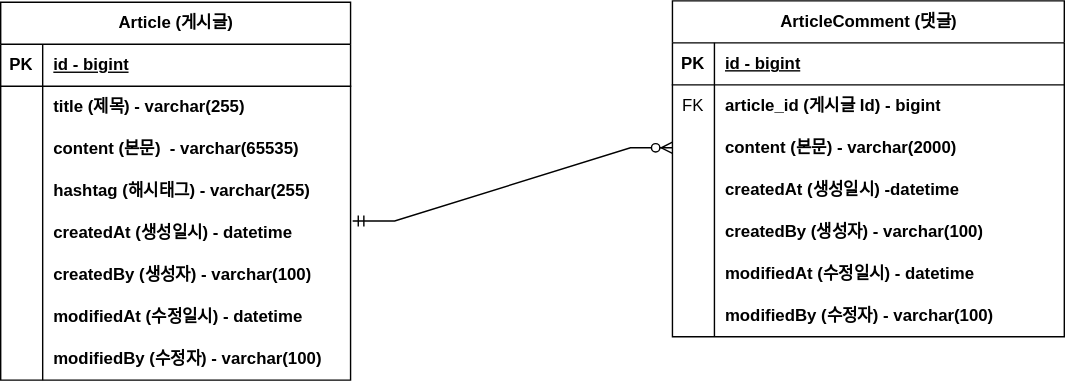
The draw.io diagram document/project-board-erd.svg in skorea6/fc-project-board, before a commit. Source tidied: cells renumbered, new cells last; positions are measured from the earlier drawing's top-left corner, leaving out a move shared by most shapes.
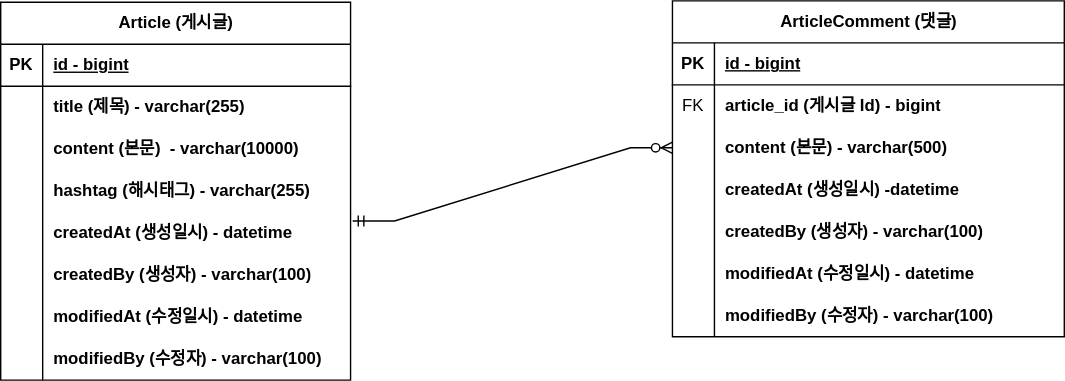
After the change.

Commit message:
#13 - erd 업데이트 : content 사이즈 변경

The edit, as a diff of the source:
```diff
@@ -29,7 +29,7 @@
     <mxCell id="10" style="shape=partialRectangle;fillColor=none;top=0;left=0;bottom=0;right=0;overflow=hidden;whiteSpace=wrap;html=1;" parent="9" vertex="1">
       <mxGeometry width="30" height="30" as="geometry" />
     </mxCell>
-    <mxCell id="11" value="content (본문&lt;span style=&quot;background-color: initial;&quot;&gt;)&amp;nbsp;&amp;nbsp;- varchar(65535)&lt;/span&gt;" style="shape=partialRectangle;fillColor=none;top=0;left=0;bottom=0;right=0;align=left;spacingLeft=6;overflow=hidden;whiteSpace=wrap;html=1;fontStyle=1;" parent="9" vertex="1">
+    <mxCell id="11" value="content (본문&lt;span style=&quot;background-color: initial;&quot;&gt;)&amp;nbsp;&amp;nbsp;- varchar(10000)&lt;/span&gt;" style="shape=partialRectangle;fillColor=none;top=0;left=0;bottom=0;right=0;align=left;spacingLeft=6;overflow=hidden;whiteSpace=wrap;html=1;fontStyle=1;" parent="9" vertex="1">
       <mxGeometry x="30" width="220" height="30" as="geometry" />
     </mxCell>
     <mxCell id="12" style="shape=tableRow;horizontal=0;startSize=0;swimlaneHead=0;swimlaneBody=0;fillColor=none;top=0;left=0;right=0;bottom=0;" parent="2" vertex="1">
@@ -104,7 +104,7 @@
     <mxCell id="35" style="shape=partialRectangle;fillColor=none;top=0;left=0;bottom=0;right=0;overflow=hidden;whiteSpace=wrap;html=1;" parent="34" vertex="1">
       <mxGeometry width="30" height="30" as="geometry" />
     </mxCell>
-    <mxCell id="36" value="content (본문&lt;span style=&quot;background-color: initial;&quot;&gt;)&amp;nbsp;- varchar(2000)&lt;/span&gt;" style="shape=partialRectangle;fillColor=none;top=0;left=0;bottom=0;right=0;align=left;spacingLeft=6;overflow=hidden;whiteSpace=wrap;html=1;fontStyle=1;" parent="34" vertex="1">
+    <mxCell id="36" value="content (본문&lt;span style=&quot;background-color: initial;&quot;&gt;)&amp;nbsp;- varchar(500)&lt;/span&gt;" style="shape=partialRectangle;fillColor=none;top=0;left=0;bottom=0;right=0;align=left;spacingLeft=6;overflow=hidden;whiteSpace=wrap;html=1;fontStyle=1;" parent="34" vertex="1">
       <mxGeometry x="30" width="250" height="30" as="geometry" />
     </mxCell>
     <mxCell id="37" style="shape=tableRow;horizontal=0;startSize=0;swimlaneHead=0;swimlaneBody=0;fillColor=none;top=0;left=0;right=0;bottom=0;" parent="27" vertex="1">
```
